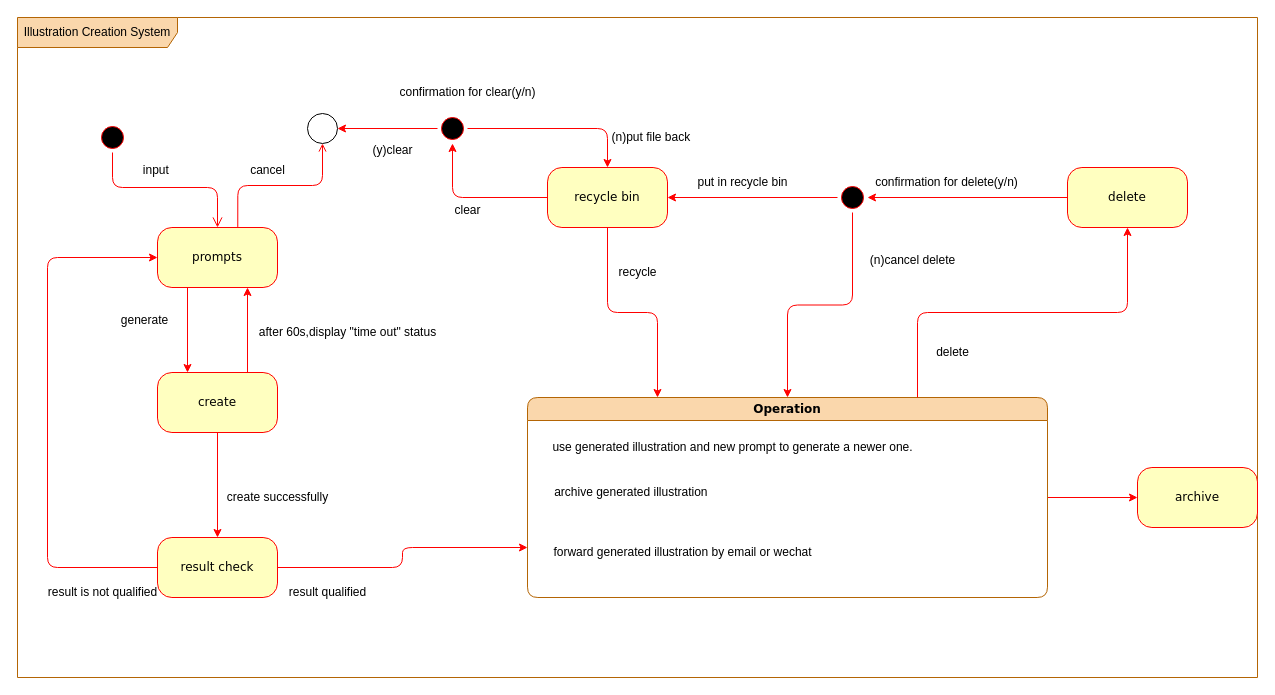
Above: Documentation/State Machine Diagram/illustration SMD.drawio in Darrenchenn/Model-based-software-design (draw.io), before the change. Source tidied: cells renumbered, new cells numbered last; positions are measured from the earlier drawing's top-left corner, leaving out a move shared by most shapes. Both pictures are drawn from the tidied source at 100%, with x=0, y=0 at pixel (17, 17).
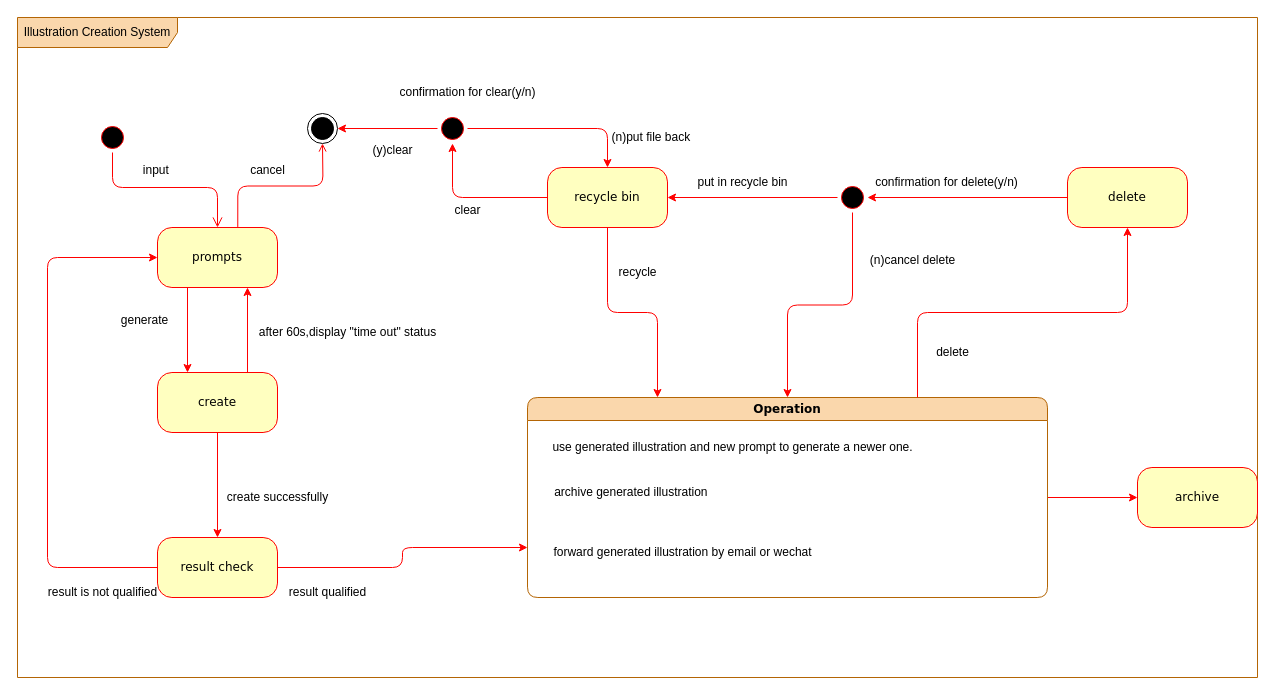
After the change.

The change refers to these unchanged cells:
```xml
<mxCell id="6" value="prompts" style="rounded=1;whiteSpace=wrap;html=1;arcSize=24;fillColor=#ffffc0;strokeColor=#ff0000;shadow=0;comic=0;labelBackgroundColor=none;fontFamily=Verdana;fontSize=12;fontColor=#000000;align=center;" parent="1" vertex="1">
  <mxGeometry x="140" y="210" width="120" height="60" as="geometry" />
</mxCell>
<mxCell id="8" value="Illustration Creation System" style="shape=umlFrame;whiteSpace=wrap;html=1;width=160;fillColor=#fad7ac;strokeColor=#b46504;" parent="1" vertex="1">
  <mxGeometry width="1240" height="660" as="geometry" />
</mxCell>
<mxCell id="22" style="ellipse;html=1;shape=startState;fillColor=#000000;strokeColor=#ff0000;rounded=1;shadow=0;comic=0;labelBackgroundColor=none;fontFamily=Verdana;fontSize=12;fontColor=#000000;align=center;direction=west;" parent="8" vertex="1">
  <mxGeometry x="420" y="96" width="30" height="30" as="geometry" />
</mxCell>
```

What changed in the source:
```diff
@@
+    <mxCell id="50" style="ellipse;html=1;shape=endState;fillColor=strokeColor;" parent="8" vertex="1">
+      <mxGeometry x="290" y="96" width="30" height="30" as="geometry" />
+    </mxCell>
@@
-    <mxCell id="43" style="ellipse;html=1;" parent="1" vertex="1">
-      <mxGeometry x="290" y="96" width="30" height="30" as="geometry" />
-    </mxCell>
-    <mxCell id="44" style="endArrow=open;html=1;rounded=1;align=center;verticalAlign=top;endFill=0;labelBackgroundColor=none;endSize=6;exitX=0.669;exitY=-0.009;exitDx=0;exitDy=0;exitPerimeter=0;edgeStyle=orthogonalEdgeStyle;fillColor=#e51400;strokeColor=#FF0000;" parent="1" edge="1" source="6" target="43">
-      <mxGeometry relative="1" as="geometry" />
+    <mxCell id="44" style="endArrow=open;html=1;rounded=1;align=center;verticalAlign=top;endFill=0;labelBackgroundColor=none;endSize=6;exitX=0.669;exitY=-0.009;exitDx=0;exitDy=0;exitPerimeter=0;edgeStyle=orthogonalEdgeStyle;fillColor=#e51400;strokeColor=#FF0000;" parent="1" edge="1" source="6">
+      <mxGeometry relative="1" as="geometry">
+        <mxPoint x="305" y="126" as="targetPoint" />
+      </mxGeometry>
     </mxCell>
-    <mxCell id="45" style="edgeStyle=orthogonalEdgeStyle;rounded=0;jettySize=auto;html=1;exitX=1;exitY=0.5;exitDx=0;exitDy=0;entryX=1;entryY=0.5;entryDx=0;entryDy=0;strokeColor=#FF0000;" parent="1" edge="1" source="22" target="43">
-      <mxGeometry relative="1" as="geometry" />
+    <mxCell id="45" style="edgeStyle=orthogonalEdgeStyle;rounded=0;jettySize=auto;html=1;exitX=1;exitY=0.5;exitDx=0;exitDy=0;entryX=1;entryY=0.5;entryDx=0;entryDy=0;strokeColor=#FF0000;" parent="1" edge="1" source="22">
+      <mxGeometry relative="1" as="geometry">
+        <mxPoint x="320" y="111" as="targetPoint" />
+      </mxGeometry>
     </mxCell>
```
